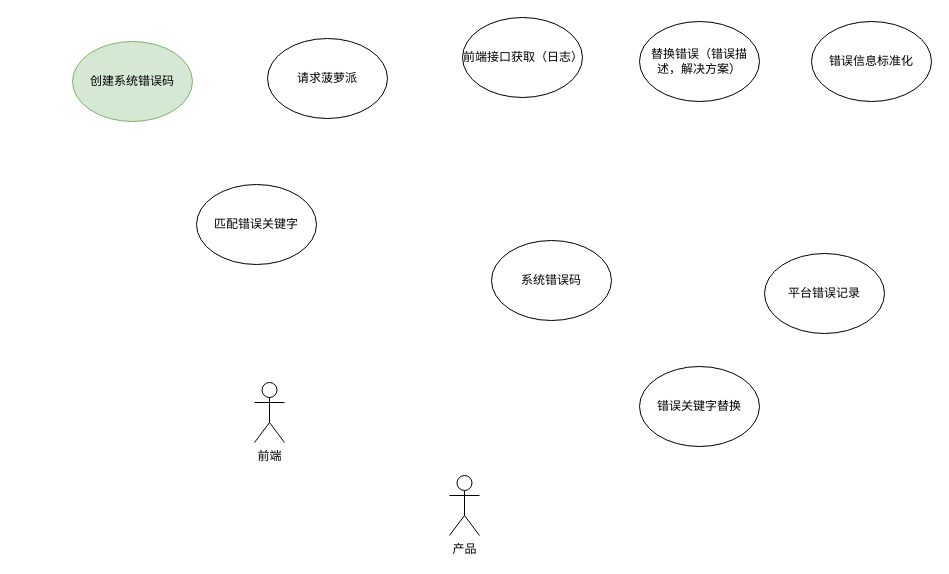
This is 未命名绘图.drawio from ruanjuncong/draw, a draw.io file, before an edit. Source tidied: cells renumbered, new cells numbered last; positions are measured from the earlier drawing's top-left corner, leaving out a move shared by most shapes. Both pictures are drawn from the tidied source at 100%, with x=0, y=0 at pixel (72, 17).
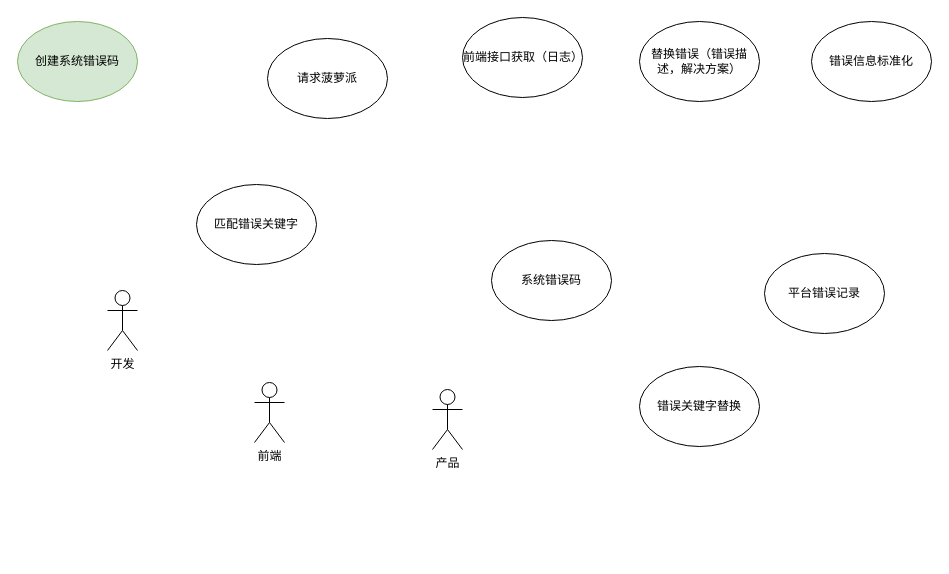
The same diagram, later.

Commit message (it also covers changes not shown here):
更新未命名绘图.drawio

Change to the diagram source:
```diff
@@
 <mxGraphModel>
   <root>
     <mxCell id="0" />
     <mxCell id="1" parent="0" />
     <mxCell id="2" value="创建系统错误码" style="ellipse;whiteSpace=wrap;html=1;fillColor=#d5e8d4;strokeColor=#82b366;" parent="1" vertex="1">
-      <mxGeometry y="24" width="120" height="80" as="geometry" />
+      <mxGeometry x="-55" y="4" width="120" height="80" as="geometry" />
     </mxCell>
     <mxCell id="3" value="请求菠萝派" style="ellipse;whiteSpace=wrap;html=1;" parent="1" vertex="1">
       <mxGeometry x="195" y="21" width="120" height="80" as="geometry" />
     </mxCell>
     <mxCell id="4" value="匹配错误关键字" style="ellipse;whiteSpace=wrap;html=1;" parent="1" vertex="1">
       <mxGeometry x="124" y="167" width="120" height="80" as="geometry" />
     </mxCell>
     <mxCell id="5" value="错误信息标准化" style="ellipse;whiteSpace=wrap;html=1;" parent="1" vertex="1">
       <mxGeometry x="739" y="4" width="120" height="80" as="geometry" />
     </mxCell>
     <mxCell id="6" value="前端接口获取（日志）" style="ellipse;whiteSpace=wrap;html=1;" parent="1" vertex="1">
       <mxGeometry x="390" width="120" height="80" as="geometry" />
     </mxCell>
     <mxCell id="7" value="替换错误（错误描述，解决方案）" style="ellipse;whiteSpace=wrap;html=1;" parent="1" vertex="1">
       <mxGeometry x="567" y="4" width="120" height="80" as="geometry" />
     </mxCell>
     <mxCell id="8" value="系统错误码" style="ellipse;whiteSpace=wrap;html=1;" parent="1" vertex="1">
       <mxGeometry x="419" y="223" width="120" height="80" as="geometry" />
     </mxCell>
     <mxCell id="9" value="前端" style="shape=umlActor;verticalLabelPosition=bottom;verticalAlign=top;html=1;" parent="1" vertex="1">
       <mxGeometry x="182" y="365" width="30" height="60" as="geometry" />
     </mxCell>
     <mxCell id="10" value="产品" style="shape=umlActor;verticalLabelPosition=bottom;verticalAlign=top;html=1;" parent="1" vertex="1">
-      <mxGeometry x="377" y="458" width="30" height="60" as="geometry" />
+      <mxGeometry x="360" y="372" width="30" height="60" as="geometry" />
     </mxCell>
     <mxCell id="11" value="平台错误记录" style="ellipse;whiteSpace=wrap;html=1;" parent="1" vertex="1">
       <mxGeometry x="692" y="236" width="120" height="80" as="geometry" />
     </mxCell>
     <mxCell id="12" value="错误关键字替换" style="ellipse;whiteSpace=wrap;html=1;" parent="1" vertex="1">
       <mxGeometry x="567" y="349" width="120" height="80" as="geometry" />
     </mxCell>
+    <mxCell id="13" value="开发" style="shape=umlActor;verticalLabelPosition=bottom;verticalAlign=top;html=1;" parent="1" vertex="1">
+      <mxGeometry x="35" y="273" width="30" height="60" as="geometry" />
+    </mxCell>
   </root>
 </mxGraphModel>
```
